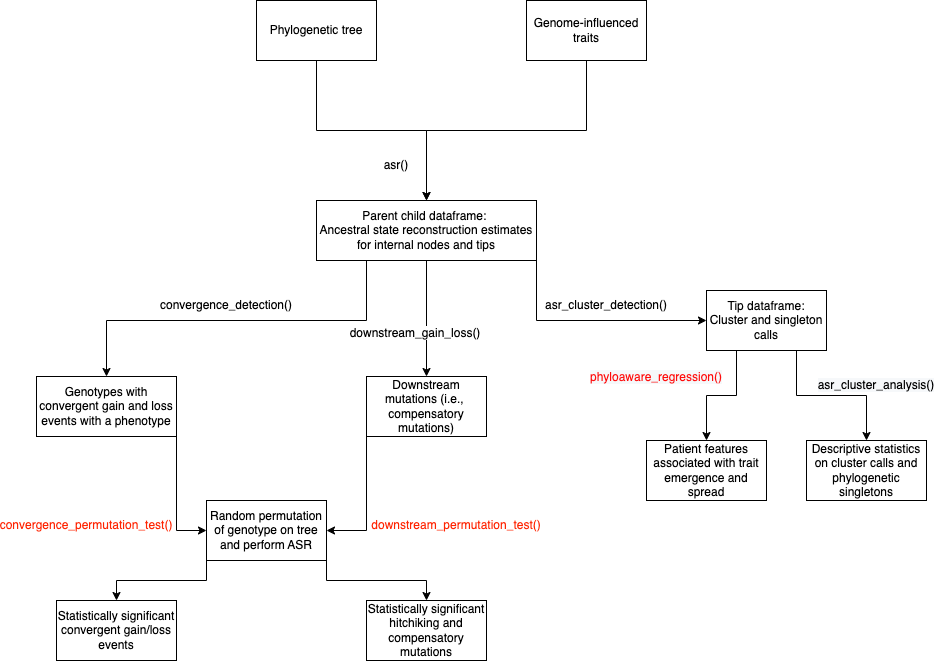
Before: Phylosuite.drawio.png, a diagram exported from draw.io (kylegontjes/phyloAMR). Source tidied: cells renumbered, new cells last; positions are measured from the earlier drawing's top-left corner, leaving out a move shared by most shapes.
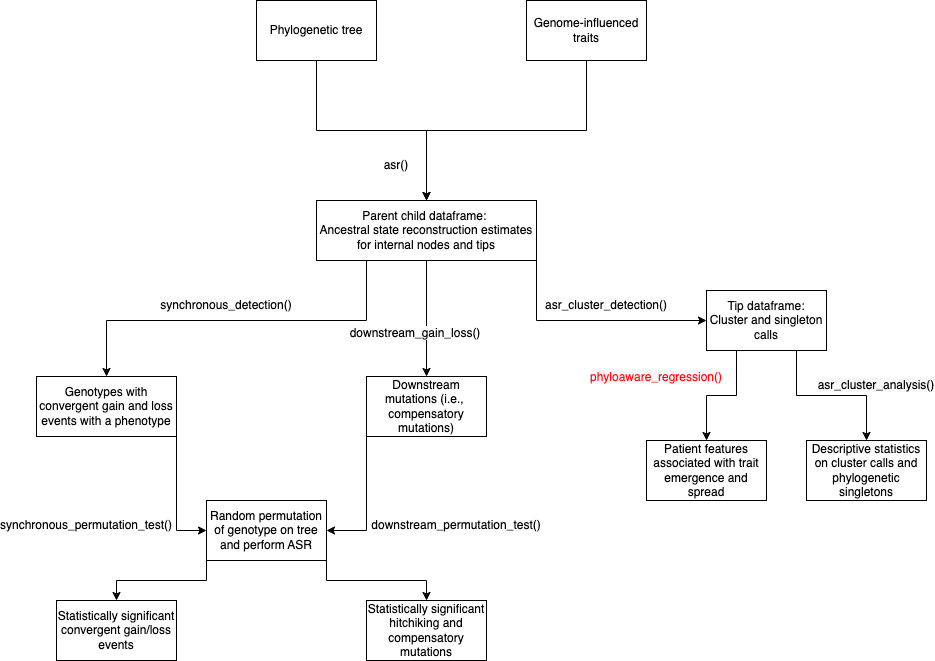
After the commit.

What changed in the source:
```diff
@@ -44,7 +44,7 @@
     <mxCell id="12" value="Genotypes with convergent gain and loss events with a phenotype" style="rounded=0;whiteSpace=wrap;html=1;textDirection=ltr;horizontal=1;verticalAlign=middle;" parent="1" vertex="1">
       <mxGeometry y="376" width="140" height="60" as="geometry" />
     </mxCell>
-    <mxCell id="13" value="&lt;span style=&quot;text-align: start; background-color: rgb(255, 255, 255);&quot;&gt;&lt;font style=&quot;color: rgb(0, 0, 0);&quot; face=&quot;Helvetica&quot;&gt;convergence_detection()&lt;/font&gt;&lt;/span&gt;" style="text;strokeColor=none;align=center;fillColor=none;html=1;verticalAlign=middle;whiteSpace=wrap;rounded=0;fontColor=#FF0000;" parent="1" vertex="1">
+    <mxCell id="13" value="&lt;span style=&quot;text-align: start; background-color: rgb(255, 255, 255);&quot;&gt;&lt;font style=&quot;color: rgb(0, 0, 0);&quot; face=&quot;Helvetica&quot;&gt;synchronous_detection()&lt;/font&gt;&lt;/span&gt;" style="text;strokeColor=none;align=center;fillColor=none;html=1;verticalAlign=middle;whiteSpace=wrap;rounded=0;fontColor=#FF0000;" parent="1" vertex="1">
       <mxGeometry x="160" y="290" width="60" height="30" as="geometry" />
     </mxCell>
     <mxCell id="14" value="Patient features associated with trait emergence and spread" style="rounded=0;whiteSpace=wrap;html=1;" parent="1" vertex="1">
@@ -74,10 +74,10 @@
     <mxCell id="22" value="Statistically significant hitchiking and compensatory mutations" style="rounded=0;whiteSpace=wrap;html=1;" parent="1" vertex="1">
       <mxGeometry x="330" y="600" width="120" height="60" as="geometry" />
     </mxCell>
-    <mxCell id="23" value="&lt;span style=&quot;color: rgb(255, 36, 2);&quot;&gt;convergence_permutation_test()&lt;/span&gt;" style="text;strokeColor=none;align=center;fillColor=none;html=1;verticalAlign=middle;whiteSpace=wrap;rounded=0;" parent="1" vertex="1">
+    <mxCell id="23" value="&lt;span&gt;&lt;font style=&quot;color: rgb(0, 0, 0);&quot;&gt;synchronous_permutation_test()&lt;/font&gt;&lt;/span&gt;" style="text;strokeColor=none;align=center;fillColor=none;html=1;verticalAlign=middle;whiteSpace=wrap;rounded=0;" parent="1" vertex="1">
       <mxGeometry x="20" y="510" width="60" height="30" as="geometry" />
     </mxCell>
-    <mxCell id="24" value="&lt;span style=&quot;color: rgb(255, 36, 2);&quot;&gt;downstream_permutation_test()&lt;/span&gt;" style="text;strokeColor=none;align=center;fillColor=none;html=1;verticalAlign=middle;whiteSpace=wrap;rounded=0;" parent="1" vertex="1">
+    <mxCell id="24" value="&lt;span&gt;&lt;font style=&quot;color: rgb(0, 0, 0);&quot;&gt;downstream_permutation_test()&lt;/font&gt;&lt;/span&gt;" style="text;strokeColor=none;align=center;fillColor=none;html=1;verticalAlign=middle;whiteSpace=wrap;rounded=0;" parent="1" vertex="1">
       <mxGeometry x="390" y="510" width="60" height="30" as="geometry" />
     </mxCell>
     <mxCell id="25" style="edgeStyle=orthogonalEdgeStyle;rounded=0;jettySize=auto;html=1;exitX=0;exitY=1;exitDx=0;exitDy=0;" parent="1" edge="1" source="27" target="21">
```
